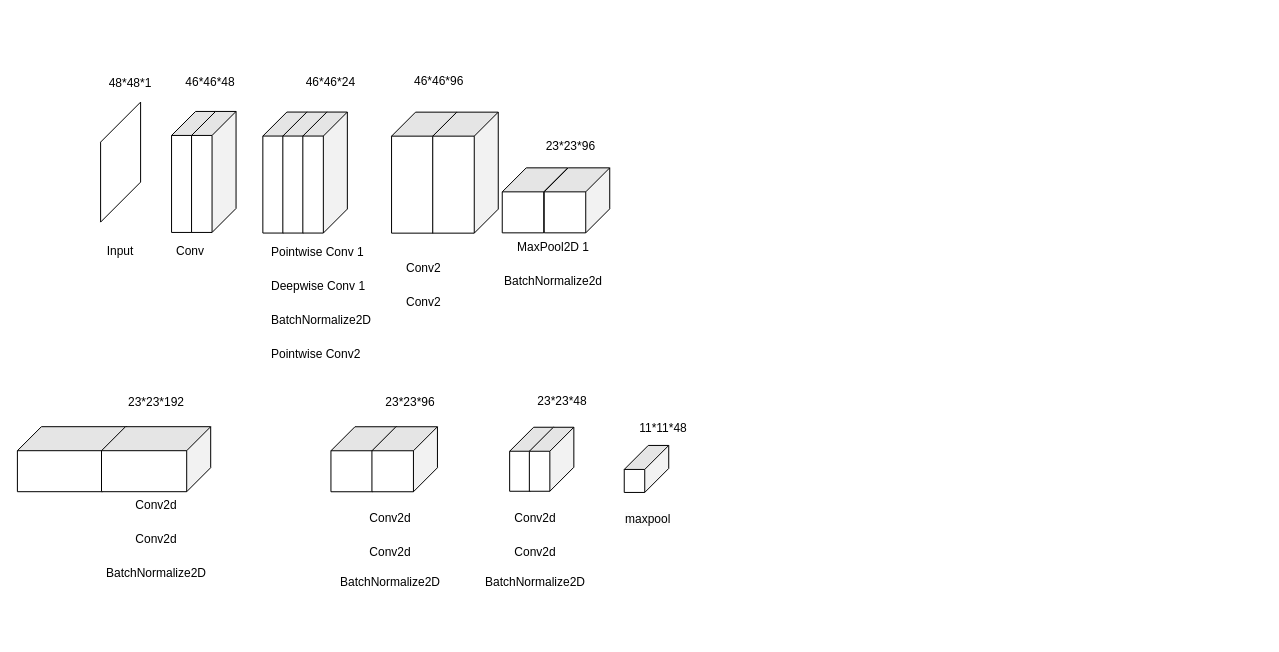
This is facts tha3o.drawio from BienGudBoy/draws, a draw.io file, before an edit. Source tidied: cells renumbered, new cells numbered last; positions are measured from the earlier drawing's top-left corner, leaving out a move shared by most shapes. Both pictures are drawn from the tidied source at 100%, with x=0, y=0 at pixel (39, 17).
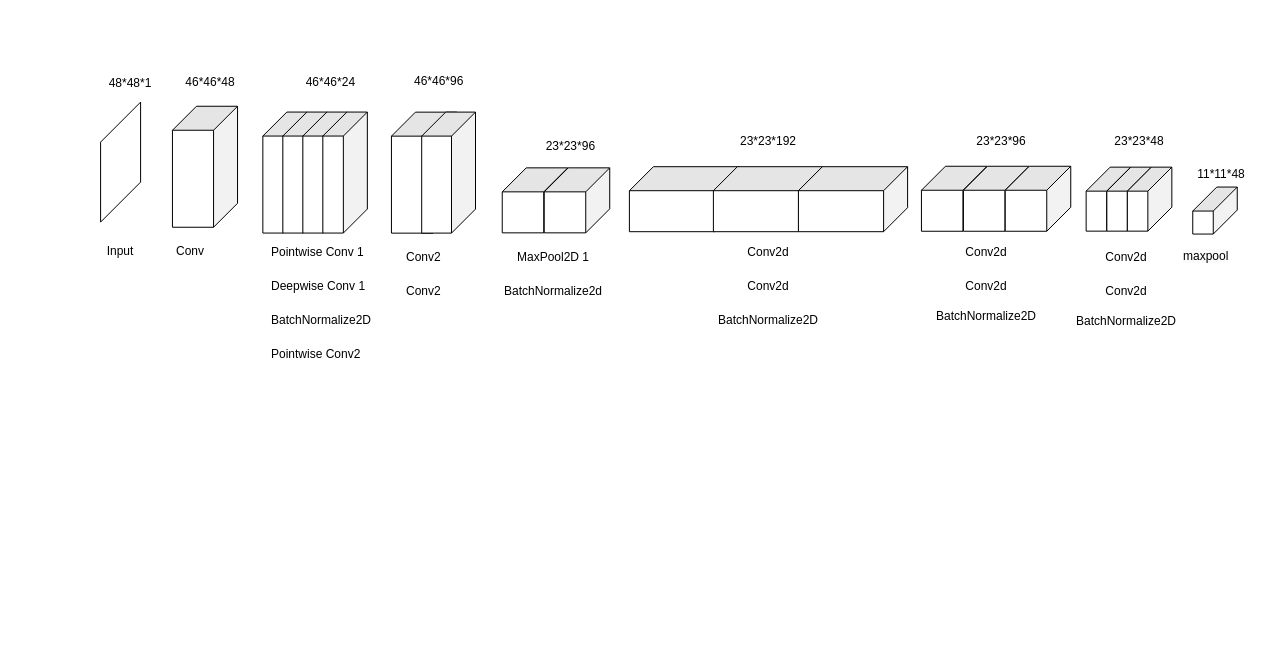
Above is the later version.

Commit message:
Cập nhật facts tha3o.drawio

Unchanged cells that the change refers to:
```xml
<mxCell id="30" style="group;" parent="26" vertex="1">
  <mxGeometry x="40" width="64.5" height="121" as="geometry" />
</mxCell>
```

The edit, as a diff of the source:
```diff
@@
-    <mxCell id="13" value="&lt;p class=&quot;cvGsUA direction-ltr align-center para-style-body&quot; style=&quot;color: rgb(0, 0, 0); font-family: &amp;quot;YAFdJllHsUM 0&amp;quot;, _fb_, auto; --fontSize: 16px; --lineHeight: 1.4; text-transform: none; line-height: 22px;&quot;&gt;&lt;br&gt;&lt;/p&gt;&lt;p class=&quot;cvGsUA direction-ltr align-center para-style-body&quot; style=&quot;color: rgb(0, 0, 0); font-family: &amp;quot;YAFdJllHsUM 0&amp;quot;, _fb_, auto; --fontSize: 16px; --lineHeight: 1.4; text-transform: none; line-height: 22px;&quot;&gt;&lt;span class=&quot;OYPEnA text-decoration-none text-strikethrough-none&quot; style=&quot;color: rgb(0, 0, 0); font-weight: 400; font-style: normal;&quot;&gt;23*23*192&lt;/span&gt;&lt;/p&gt;" style="text;whiteSpace=wrap;html=1;align=center;" parent="1" vertex="1">
-      <mxGeometry x="72" y="321" width="90" height="100" as="geometry" />
+    <mxCell id="13" value="&lt;p class=&quot;cvGsUA direction-ltr align-center para-style-body&quot; style=&quot;color: rgb(0, 0, 0); font-family: &amp;quot;YAFdJllHsUM 0&amp;quot;, _fb_, auto; --fontSize: 16px; --lineHeight: 1.4; text-transform: none; line-height: 22px;&quot;&gt;&lt;span style=&quot;background-color: initial;&quot;&gt;23*23*192&lt;/span&gt;&lt;br&gt;&lt;/p&gt;" style="text;whiteSpace=wrap;html=1;align=center;" parent="1" vertex="1">
+      <mxGeometry x="684" y="94" width="90" height="57" as="geometry" />
     </mxCell>
-    <mxCell id="14" value="&lt;p class=&quot;cvGsUA direction-ltr align-center para-style-body&quot; style=&quot;color: rgb(0, 0, 0); font-family: &amp;quot;YAFdJllHsUM 0&amp;quot;, _fb_, auto; --fontSize: 16px; --lineHeight: 1.4; text-transform: none; line-height: 22px;&quot;&gt;&lt;br&gt;&lt;/p&gt;&lt;p class=&quot;cvGsUA direction-ltr align-center para-style-body&quot; style=&quot;color: rgb(0, 0, 0); font-family: &amp;quot;YAFdJllHsUM 0&amp;quot;, _fb_, auto; --fontSize: 16px; --lineHeight: 1.4; text-transform: none; line-height: 22px;&quot;&gt;&lt;span class=&quot;OYPEnA text-decoration-none text-strikethrough-none&quot; style=&quot;color: rgb(0, 0, 0); font-weight: 400; font-style: normal;&quot;&gt;23*23*96&lt;/span&gt;&lt;/p&gt;" style="text;whiteSpace=wrap;html=1;align=center;" parent="1" vertex="1">
-      <mxGeometry x="331" y="321" width="80" height="100" as="geometry" />
+    <mxCell id="14" value="&lt;p class=&quot;cvGsUA direction-ltr align-center para-style-body&quot; style=&quot;color: rgb(0, 0, 0); font-family: &amp;quot;YAFdJllHsUM 0&amp;quot;, _fb_, auto; --fontSize: 16px; --lineHeight: 1.4; text-transform: none; line-height: 22px;&quot;&gt;&lt;span style=&quot;background-color: initial;&quot;&gt;23*23*96&lt;/span&gt;&lt;br&gt;&lt;/p&gt;" style="text;whiteSpace=wrap;html=1;align=center;" parent="1" vertex="1">
+      <mxGeometry x="922" y="94" width="80" height="60" as="geometry" />
     </mxCell>
     <mxCell id="15" value="&lt;p class=&quot;cvGsUA direction-ltr align-center para-style-body&quot; style=&quot;color: rgb(0, 0, 0); font-family: &amp;quot;YAFdJllHsUM 0&amp;quot;, _fb_, auto; --fontSize: 16px; --lineHeight: 1.4; text-transform: none; line-height: 22px;&quot;&gt;&lt;span style=&quot;background-color: initial;&quot;&gt;23*23*48&lt;/span&gt;&lt;br&gt;&lt;/p&gt;" style="text;whiteSpace=wrap;html=1;align=center;" parent="1" vertex="1">
-      <mxGeometry x="483" y="354" width="80" height="40" as="geometry" />
+      <mxGeometry x="1059.5" y="94" width="80" height="40" as="geometry" />
     </mxCell>
     <mxCell id="16" value="&lt;p class=&quot;cvGsUA direction-ltr align-center para-style-body&quot; style=&quot;color: rgb(0, 0, 0); font-family: &amp;quot;YAFdJllHsUM 0&amp;quot;, _fb_, auto; --fontSize: 16px; --lineHeight: 1.4; text-transform: none; line-height: 22px;&quot;&gt;&lt;span style=&quot;background-color: initial;&quot;&gt;11*11*48&lt;/span&gt;&lt;br&gt;&lt;/p&gt;" style="text;whiteSpace=wrap;html=1;align=center;" parent="1" vertex="1">
-      <mxGeometry x="583.5" y="381" width="80" height="40" as="geometry" />
+      <mxGeometry x="1142" y="127.1" width="80" height="20.6" as="geometry" />
     </mxCell>
-    <mxCell id="17" value="&lt;p class=&quot;cvGsUA direction-ltr align-center para-style-body&quot; style=&quot;color: rgb(0, 0, 0); font-family: &amp;quot;YAFdJllHsUM 0&amp;quot;, _fb_, auto; --fontSize: 16px; --lineHeight: 1.4; text-transform: none; line-height: 22px; --darkreader-inline-color: #e8e6e3;&quot;&gt;&lt;span class=&quot;OYPEnA text-decoration-none text-strikethrough-none&quot; style=&quot;color: rgb(0, 0, 0); font-weight: 400; font-style: normal; --darkreader-inline-color: #e8e6e3;&quot;&gt;Pointwise Conv 1&lt;/span&gt;&lt;span class=&quot;OYPEnA text-decoration-none text-strikethrough-none white-space-prewrap&quot; style=&quot;color: rgb(0, 0, 0); font-weight: 400; font-style: normal; --darkreader-inline-color: #e8e6e3;&quot;&gt; &lt;/span&gt;&lt;/p&gt;&lt;p class=&quot;cvGsUA direction-ltr align-center para-style-body&quot; style=&quot;color: rgb(0, 0, 0); font-family: &amp;quot;YAFdJllHsUM 0&amp;quot;, _fb_, auto; --fontSize: 16px; --lineHeight: 1.4; text-transform: none; line-height: 22px; --darkreader-inline-color: #e8e6e3;&quot;&gt;&lt;span style=&quot;background-color: initial; --darkreader-inline-bgcolor: initial;&quot;&gt;Deepwise Conv 1&lt;/span&gt;&lt;/p&gt;&lt;p style=&quot;font-family: &amp;quot;YAFdJllHsUM 0&amp;quot;, _fb_, auto; --fontSize: 16px; --lineHeight: 1.4; line-height: 22px;&quot; class=&quot;cvGsUA direction-ltr align-center para-style-body&quot;&gt;&lt;span class=&quot;OYPEnA text-decoration-none text-strikethrough-none white-space-prewrap&quot;&gt;&lt;/span&gt;&lt;/p&gt;&lt;p style=&quot;font-family: &amp;quot;YAFdJllHsUM 0&amp;quot;, _fb_, auto; --fontSize: 16px; --lineHeight: 1.4; line-height: 22px;&quot; class=&quot;cvGsUA direction-ltr align-center para-style-body&quot;&gt;&lt;span class=&quot;OYPEnA text-decoration-none text-strikethrough-none&quot;&gt;BatchNormalize2D&lt;/span&gt;&lt;/p&gt;&lt;p style=&quot;font-family: &amp;quot;YAFdJllHsUM 0&amp;quot;, _fb_, auto; --fontSize: 16px; --lineHeight: 1.4; line-height: 22px;&quot; class=&quot;cvGsUA direction-ltr align-center para-style-body&quot;&gt;&lt;span style=&quot;text-align: center; background-color: initial; --darkreader-inline-bgcolor: initial;&quot;&gt;Pointwise Conv2&lt;/span&gt;&lt;/p&gt;" style="text;whiteSpace=wrap;html=1;" parent="1" vertex="1">
+    <mxCell id="17" value="&lt;p class=&quot;cvGsUA direction-ltr align-center para-style-body&quot; style=&quot;color: rgb(0, 0, 0); font-family: &amp;quot;YAFdJllHsUM 0&amp;quot;, _fb_, auto; --fontSize: 16px; --lineHeight: 1.4; text-transform: none; line-height: 22px;&quot;&gt;&lt;span class=&quot;OYPEnA text-decoration-none text-strikethrough-none&quot; style=&quot;color: rgb(0, 0, 0); font-weight: 400; font-style: normal;&quot;&gt;Pointwise Conv 1&lt;/span&gt;&lt;span class=&quot;OYPEnA text-decoration-none text-strikethrough-none white-space-prewrap&quot; style=&quot;color: rgb(0, 0, 0); font-weight: 400; font-style: normal;&quot;&gt; &lt;/span&gt;&lt;/p&gt;&lt;p class=&quot;cvGsUA direction-ltr align-center para-style-body&quot; style=&quot;color: rgb(0, 0, 0); font-family: &amp;quot;YAFdJllHsUM 0&amp;quot;, _fb_, auto; --fontSize: 16px; --lineHeight: 1.4; text-transform: none; line-height: 22px;&quot;&gt;&lt;span style=&quot;background-color: initial;&quot;&gt;Deepwise Conv 1&lt;/span&gt;&lt;/p&gt;&lt;p style=&quot;font-family: &amp;quot;YAFdJllHsUM 0&amp;quot;, _fb_, auto; --fontSize: 16px; --lineHeight: 1.4; line-height: 22px;&quot; class=&quot;cvGsUA direction-ltr align-center para-style-body&quot;&gt;&lt;span class=&quot;OYPEnA text-decoration-none text-strikethrough-none white-space-prewrap&quot;&gt;&lt;/span&gt;&lt;/p&gt;&lt;p style=&quot;font-family: &amp;quot;YAFdJllHsUM 0&amp;quot;, _fb_, auto; --fontSize: 16px; --lineHeight: 1.4; line-height: 22px;&quot; class=&quot;cvGsUA direction-ltr align-center para-style-body&quot;&gt;&lt;span class=&quot;OYPEnA text-decoration-none text-strikethrough-none&quot;&gt;BatchNormalize2D&lt;/span&gt;&lt;/p&gt;&lt;p style=&quot;font-family: &amp;quot;YAFdJllHsUM 0&amp;quot;, _fb_, auto; --fontSize: 16px; --lineHeight: 1.4; line-height: 22px;&quot; class=&quot;cvGsUA direction-ltr align-center para-style-body&quot;&gt;&lt;span style=&quot;text-align: center; background-color: initial;&quot;&gt;Pointwise Conv2&lt;/span&gt;&lt;/p&gt;" style="text;whiteSpace=wrap;html=1;" parent="1" vertex="1">
       <mxGeometry x="230.1" y="204.6" width="91" height="149.4" as="geometry" />
     </mxCell>
@@
     <mxCell id="20" value="&lt;p class=&quot;cvGsUA direction-ltr align-center para-style-body&quot; style=&quot;text-align: center; color: rgb(0, 0, 0); font-family: &amp;quot;YAFdJllHsUM 0&amp;quot;, _fb_, auto; --fontSize: 16px; --lineHeight: 1.4; text-transform: none; line-height: 22px;&quot;&gt;Conv2&lt;/p&gt;&lt;p class=&quot;cvGsUA direction-ltr align-center para-style-body&quot; style=&quot;text-align: center; color: rgb(0, 0, 0); font-family: &amp;quot;YAFdJllHsUM 0&amp;quot;, _fb_, auto; --fontSize: 16px; --lineHeight: 1.4; text-transform: none; line-height: 22px;&quot;&gt;Conv2&lt;/p&gt;" style="text;whiteSpace=wrap;html=1;" parent="1" vertex="1">
-      <mxGeometry x="365.3" y="221" width="46" height="100" as="geometry" />
+      <mxGeometry x="365.1" y="209.6" width="46" height="100" as="geometry" />
     </mxCell>
     <mxCell id="21" value="&lt;p class=&quot;cvGsUA direction-ltr align-center para-style-body&quot; style=&quot;text-align: center; color: rgb(0, 0, 0); font-family: &amp;quot;YAFdJllHsUM 0&amp;quot;, _fb_, auto; --fontSize: 16px; --lineHeight: 1.4; text-transform: none; line-height: 22px;&quot;&gt;&lt;span class=&quot;OYPEnA white-space-prewrap text-decoration-none text-strikethrough-none&quot; style=&quot;color: rgb(0, 0, 0); font-weight: 400; font-style: normal;&quot;&gt; &lt;/span&gt;&lt;span class=&quot;OYPEnA text-decoration-none text-strikethrough-none&quot; style=&quot;color: rgb(0, 0, 0); font-weight: 400; font-style: normal;&quot;&gt;MaxPool2D 1&lt;/span&gt;&lt;span class=&quot;OYPEnA text-decoration-none text-strikethrough-none white-space-prewrap&quot; style=&quot;color: rgb(0, 0, 0); font-weight: 400; font-style: normal;&quot;&gt; &lt;/span&gt;&lt;/p&gt;&lt;p class=&quot;cvGsUA direction-ltr align-center para-style-body&quot; style=&quot;text-align: center; color: rgb(0, 0, 0); font-family: &amp;quot;YAFdJllHsUM 0&amp;quot;, _fb_, auto; --fontSize: 16px; --lineHeight: 1.4; text-transform: none; line-height: 22px;&quot;&gt;&lt;span style=&quot;text-align: left;&quot;&gt;BatchNormalize2d&lt;/span&gt;&lt;br&gt;&lt;/p&gt;" style="text;whiteSpace=wrap;html=1;" parent="1" vertex="1">
-      <mxGeometry x="463" y="199.6" width="100" height="100" as="geometry" />
+      <mxGeometry x="462.8" y="210.2" width="100" height="100" as="geometry" />
     </mxCell>
     <mxCell id="22" value="&lt;p class=&quot;cvGsUA direction-ltr align-center para-style-body&quot; style=&quot;color: rgb(0, 0, 0); font-family: &amp;quot;YAFdJllHsUM 0&amp;quot;, _fb_, auto; --fontSize: 16px; --lineHeight: 1.4; text-transform: none; line-height: 22px;&quot;&gt;&lt;span class=&quot;OYPEnA text-decoration-none text-strikethrough-none&quot; style=&quot;color: rgb(0, 0, 0); font-weight: 400; font-style: normal;&quot;&gt;Conv2d&lt;/span&gt;&lt;/p&gt;&lt;p style=&quot;font-family: &amp;quot;YAFdJllHsUM 0&amp;quot;, _fb_, auto; --fontSize: 16px; --lineHeight: 1.4; line-height: 22px;&quot; class=&quot;cvGsUA direction-ltr align-center para-style-body&quot;&gt;&lt;span class=&quot;OYPEnA text-decoration-none text-strikethrough-none&quot;&gt;Conv2d&lt;/span&gt;&lt;/p&gt;&lt;div&gt;&lt;span class=&quot;OYPEnA text-decoration-none text-strikethrough-none&quot;&gt;&lt;p style=&quot;font-family: &amp;quot;YAFdJllHsUM 0&amp;quot;, _fb_, auto; --fontSize: 16px; --lineHeight: 1.4; line-height: 22px;&quot; class=&quot;cvGsUA direction-ltr align-center para-style-body&quot;&gt;&lt;span class=&quot;OYPEnA text-decoration-none text-strikethrough-none&quot;&gt;BatchNormalize2D&lt;/span&gt;&lt;span class=&quot;OYPEnA text-decoration-none text-strikethrough-none white-space-prewrap&quot;&gt;&lt;/span&gt;&lt;/p&gt;&lt;div&gt;&lt;span class=&quot;OYPEnA text-decoration-none text-strikethrough-none&quot;&gt;&lt;br&gt;&lt;/span&gt;&lt;/div&gt;&lt;/span&gt;&lt;/div&gt;" style="text;whiteSpace=wrap;html=1;align=center;" parent="1" vertex="1">
-      <mxGeometry x="72" y="457.5" width="90" height="100" as="geometry" />
+      <mxGeometry x="684" y="204.6" width="90" height="100" as="geometry" />
     </mxCell>
     <mxCell id="23" value="&lt;p class=&quot;cvGsUA direction-ltr align-center para-style-body&quot; style=&quot;color: rgb(0, 0, 0); font-family: &amp;quot;YAFdJllHsUM 0&amp;quot;, _fb_, auto; --fontSize: 16px; --lineHeight: 1.4; text-transform: none; line-height: 22px;&quot;&gt;&lt;span style=&quot;background-color: initial;&quot;&gt;Conv2d&lt;/span&gt;&lt;br&gt;&lt;/p&gt;&lt;p style=&quot;font-family: &amp;quot;YAFdJllHsUM 0&amp;quot;, _fb_, auto; --fontSize: 16px; --lineHeight: 1.4; line-height: 22px;&quot; class=&quot;cvGsUA direction-ltr align-center para-style-body&quot;&gt;&lt;span class=&quot;OYPEnA text-decoration-none text-strikethrough-none&quot;&gt;Conv2d&lt;/span&gt;&lt;/p&gt;&lt;div style=&quot;text-align: left;&quot;&gt;&lt;span class=&quot;OYPEnA text-decoration-none text-strikethrough-none&quot;&gt;&lt;span style=&quot;font-family: &amp;quot;YAFdJllHsUM 0&amp;quot;, _fb_, auto; text-align: center;&quot;&gt;BatchNormalize2D&lt;/span&gt;&lt;/span&gt;&lt;/div&gt;" style="text;whiteSpace=wrap;html=1;align=center;" parent="1" vertex="1">
-      <mxGeometry x="296.1" y="471.1" width="110" height="139.5" as="geometry" />
+      <mxGeometry x="892" y="204.6" width="110" height="139.5" as="geometry" />
     </mxCell>
     <mxCell id="24" value="&lt;p class=&quot;cvGsUA direction-ltr align-center para-style-body&quot; style=&quot;color: rgb(0, 0, 0); font-family: &amp;quot;YAFdJllHsUM 0&amp;quot;, _fb_, auto; --fontSize: 16px; --lineHeight: 1.4; text-transform: none; line-height: 22px;&quot;&gt;&lt;span class=&quot;OYPEnA text-decoration-none text-strikethrough-none&quot; style=&quot;color: rgb(0, 0, 0); font-weight: 400; font-style: normal;&quot;&gt;Conv2d&lt;/span&gt;&lt;/p&gt;&lt;p style=&quot;font-family: &amp;quot;YAFdJllHsUM 0&amp;quot;, _fb_, auto; --fontSize: 16px; --lineHeight: 1.4; line-height: 22px;&quot; class=&quot;cvGsUA direction-ltr align-center para-style-body&quot;&gt;&lt;span class=&quot;OYPEnA text-decoration-none text-strikethrough-none&quot;&gt;Conv2d&lt;/span&gt;&lt;/p&gt;&lt;div&gt;&lt;span class=&quot;OYPEnA text-decoration-none text-strikethrough-none&quot;&gt;&lt;span style=&quot;font-family: &amp;quot;YAFdJllHsUM 0&amp;quot;, _fb_, auto;&quot;&gt;BatchNormalize2D&lt;/span&gt;&lt;br&gt;&lt;/span&gt;&lt;/div&gt;" style="text;whiteSpace=wrap;html=1;align=center;" parent="1" vertex="1">
-      <mxGeometry x="455.5" y="471.1" width="80" height="146.5" as="geometry" />
+      <mxGeometry x="1046.6" y="210.2" width="80" height="146.5" as="geometry" />
     </mxCell>
     <mxCell id="25" value="&lt;span style=&quot;color: rgb(0, 0, 0); font-family: &amp;quot;YAFdJllHsUM 0&amp;quot;, _fb_, auto; font-size: 12px; font-style: normal; font-variant-ligatures: normal; font-variant-caps: normal; font-weight: 400; letter-spacing: normal; orphans: 2; text-align: center; text-indent: 0px; text-transform: none; widows: 2; word-spacing: 0px; -webkit-text-stroke-width: 0px; white-space: normal; background-color: rgb(251, 251, 251); text-decoration-thickness: initial; text-decoration-style: initial; text-decoration-color: initial; display: inline !important; float: none;&quot;&gt;maxpool&lt;/span&gt;" style="text;whiteSpace=wrap;html=1;" parent="1" vertex="1">
-      <mxGeometry x="583.5" y="487.5" width="80" height="40" as="geometry" />
+      <mxGeometry x="1142" y="224.6" width="80" height="40" as="geometry" />
     </mxCell>
+    <mxCell id="48" style="shape=cube;whiteSpace=wrap;html=1;boundedLbl=1;backgroundOutline=1;darkOpacity=0.05;darkOpacity2=0.1;size=24;rotation=90;" parent="1" vertex="1">
+      <mxGeometry x="105" y="116.7" width="121" height="65.1" as="geometry" />
+    </mxCell>
@@
+    <mxCell id="43" style="shape=cube;whiteSpace=wrap;html=1;boundedLbl=1;backgroundOutline=1;darkOpacity=0.05;darkOpacity2=0.1;size=24;rotation=90;" parent="30" vertex="1">
+      <mxGeometry x="-18.2" y="38.2" width="121" height="44.5" as="geometry" />
+    </mxCell>
     <mxCell id="32" style="shape=cube;whiteSpace=wrap;html=1;boundedLbl=1;backgroundOutline=1;darkOpacity=0.05;darkOpacity2=0.1;size=24;rotation=90;" parent="1" vertex="1">
-      <mxGeometry y="387.1" width="65" height="109.2" as="geometry" />
+      <mxGeometry x="612" y="127.1" width="65" height="109.2" as="geometry" />
     </mxCell>
     <mxCell id="33" style="shape=cube;whiteSpace=wrap;html=1;boundedLbl=1;backgroundOutline=1;darkOpacity=0.05;darkOpacity2=0.1;size=24;rotation=90;" parent="1" vertex="1">
-      <mxGeometry x="84.1" y="387.1" width="65" height="109.2" as="geometry" />
+      <mxGeometry x="696" y="127.1" width="65" height="109.2" as="geometry" />
     </mxCell>
-    <mxCell id="34" style="group;" parent="1" vertex="1">
-      <mxGeometry x="352" y="94.6" width="95.7" height="121" as="geometry" />
-    </mxCell>
-    <mxCell id="35" style="group;" parent="34" vertex="1">
-      <mxGeometry width="106.7" height="121" as="geometry" />
-    </mxCell>
+    <mxCell id="49" style="shape=cube;whiteSpace=wrap;html=1;boundedLbl=1;backgroundOutline=1;darkOpacity=0.05;darkOpacity2=0.1;size=24;rotation=90;" parent="1" vertex="1">
+      <mxGeometry x="781" y="127.1" width="65" height="109.2" as="geometry" />
+    </mxCell>
+    <mxCell id="50" style="group;" parent="1" vertex="1">
+      <mxGeometry x="882" y="148.7" width="149.2" height="65" as="geometry" />
+    </mxCell>
+    <mxCell id="44" style="shape=cube;whiteSpace=wrap;html=1;boundedLbl=1;backgroundOutline=1;darkOpacity=0.05;darkOpacity2=0.1;size=24;rotation=90;" parent="50" vertex="1">
+      <mxGeometry x="0.2" y="-0.2" width="65" height="65.5" as="geometry" />
+    </mxCell>
+    <mxCell id="45" style="shape=cube;whiteSpace=wrap;html=1;boundedLbl=1;backgroundOutline=1;darkOpacity=0.05;darkOpacity2=0.1;size=24;rotation=90;" parent="50" vertex="1">
+      <mxGeometry x="42.2" y="-0.2" width="65" height="65.5" as="geometry" />
+    </mxCell>
+    <mxCell id="51" style="shape=cube;whiteSpace=wrap;html=1;boundedLbl=1;backgroundOutline=1;darkOpacity=0.05;darkOpacity2=0.1;size=24;rotation=90;" parent="50" vertex="1">
+      <mxGeometry x="84" y="-0.2" width="65" height="65.5" as="geometry" />
+    </mxCell>
+    <mxCell id="52" style="group;" parent="1" vertex="1">
+      <mxGeometry x="1046.6" y="149.7" width="85.8" height="64" as="geometry" />
+    </mxCell>
+    <mxCell id="46" style="shape=cube;whiteSpace=wrap;html=1;boundedLbl=1;backgroundOutline=1;darkOpacity=0.05;darkOpacity2=0.1;size=24;rotation=90;" parent="52" vertex="1">
+      <mxGeometry x="-9.7" y="9.7" width="64" height="44.5" as="geometry" />
+    </mxCell>
+    <mxCell id="47" style="shape=cube;whiteSpace=wrap;html=1;boundedLbl=1;backgroundOutline=1;darkOpacity=0.05;darkOpacity2=0.1;size=24;rotation=90;" parent="52" vertex="1">
+      <mxGeometry x="11" y="9.7" width="64" height="44.5" as="geometry" />
+    </mxCell>
+    <mxCell id="53" style="shape=cube;whiteSpace=wrap;html=1;boundedLbl=1;backgroundOutline=1;darkOpacity=0.05;darkOpacity2=0.1;size=24;rotation=90;" parent="52" vertex="1">
+      <mxGeometry x="31.5" y="9.7" width="64" height="44.5" as="geometry" />
+    </mxCell>
+    <mxCell id="40" style="shape=cube;whiteSpace=wrap;html=1;boundedLbl=1;backgroundOutline=1;darkOpacity=0.05;darkOpacity2=0.1;size=24;rotation=90;" parent="1" vertex="1">
+      <mxGeometry x="1152" y="170.8" width="47" height="44.5" as="geometry" />
+    </mxCell>
+    <mxCell id="54" style="group;" parent="1" vertex="1">
+      <mxGeometry x="462.8" y="150.3" width="107.4" height="65" as="geometry" />
+    </mxCell>
+    <mxCell id="38" style="shape=cube;whiteSpace=wrap;html=1;boundedLbl=1;backgroundOutline=1;darkOpacity=0.05;darkOpacity2=0.1;size=24;rotation=90;" parent="54" vertex="1">
+      <mxGeometry x="0.2" y="-0.2" width="65" height="65.5" as="geometry" />
+    </mxCell>
+    <mxCell id="39" style="shape=cube;whiteSpace=wrap;html=1;boundedLbl=1;backgroundOutline=1;darkOpacity=0.05;darkOpacity2=0.1;size=24;rotation=90;" parent="54" vertex="1">
+      <mxGeometry x="42.2" y="-0.2" width="65" height="65.5" as="geometry" />
+    </mxCell>
+    <mxCell id="55" style="group;" parent="1" vertex="1">
+      <mxGeometry x="352" y="94.6" width="84" height="121" as="geometry" />
+    </mxCell>
-    <mxCell id="36" style="shape=cube;whiteSpace=wrap;html=1;boundedLbl=1;backgroundOutline=1;darkOpacity=0.05;darkOpacity2=0.1;size=24;rotation=90;" parent="35" vertex="1">
-      <mxGeometry x="-27.7" y="27.8" width="121" height="65.5" as="geometry" />
+    <mxCell id="36" style="shape=cube;whiteSpace=wrap;html=1;boundedLbl=1;backgroundOutline=1;darkOpacity=0.05;darkOpacity2=0.1;size=24;rotation=90;" parent="55" vertex="1">
+      <mxGeometry x="-27.8" y="27.8" width="121" height="65.5" as="geometry" />
     </mxCell>
-    <mxCell id="37" style="shape=cube;whiteSpace=wrap;html=1;boundedLbl=1;backgroundOutline=1;darkOpacity=0.05;darkOpacity2=0.1;size=24;rotation=90;" parent="35" vertex="1">
-      <mxGeometry x="13.5" y="27.8" width="121" height="65.5" as="geometry" />
+    <mxCell id="37" style="shape=cube;whiteSpace=wrap;html=1;boundedLbl=1;backgroundOutline=1;darkOpacity=0.05;darkOpacity2=0.1;size=24;rotation=90;" parent="55" vertex="1">
+      <mxGeometry x="-3.4" y="33.6" width="121" height="53.8" as="geometry" />
     </mxCell>
-    <mxCell id="38" style="shape=cube;whiteSpace=wrap;html=1;boundedLbl=1;backgroundOutline=1;darkOpacity=0.05;darkOpacity2=0.1;size=24;rotation=90;" parent="1" vertex="1">
-      <mxGeometry x="463" y="150.1" width="65" height="65.5" as="geometry" />
-    </mxCell>
-    <mxCell id="39" style="shape=cube;whiteSpace=wrap;html=1;boundedLbl=1;backgroundOutline=1;darkOpacity=0.05;darkOpacity2=0.1;size=24;rotation=90;" parent="1" vertex="1">
-      <mxGeometry x="505" y="150.1" width="65" height="65.5" as="geometry" />
-    </mxCell>
-    <mxCell id="40" style="shape=cube;whiteSpace=wrap;html=1;boundedLbl=1;backgroundOutline=1;darkOpacity=0.05;darkOpacity2=0.1;size=24;rotation=90;" parent="1" vertex="1">
-      <mxGeometry x="583.5" y="429.2" width="47" height="44.5" as="geometry" />
-    </mxCell>
-    <mxCell id="41" style="group;" parent="1" vertex="1">
-      <mxGeometry x="132" y="94" width="64.5" height="120.9" as="geometry" />
-    </mxCell>
-    <mxCell id="42" style="shape=cube;whiteSpace=wrap;html=1;boundedLbl=1;backgroundOutline=1;darkOpacity=0.05;darkOpacity2=0.1;size=24;rotation=90;" parent="41" vertex="1">
-      <mxGeometry x="-38.2" y="38.2" width="121" height="44.5" as="geometry" />
-    </mxCell>
-    <mxCell id="43" style="shape=cube;whiteSpace=wrap;html=1;boundedLbl=1;backgroundOutline=1;darkOpacity=0.05;darkOpacity2=0.1;size=24;rotation=90;" parent="41" vertex="1">
-      <mxGeometry x="-18.2" y="38.2" width="121" height="44.5" as="geometry" />
-    </mxCell>
-    <mxCell id="44" style="shape=cube;whiteSpace=wrap;html=1;boundedLbl=1;backgroundOutline=1;darkOpacity=0.05;darkOpacity2=0.1;size=24;rotation=90;" parent="1" vertex="1">
-      <mxGeometry x="291.7" y="409" width="65" height="65.5" as="geometry" />
-    </mxCell>
-    <mxCell id="45" style="shape=cube;whiteSpace=wrap;html=1;boundedLbl=1;backgroundOutline=1;darkOpacity=0.05;darkOpacity2=0.1;size=24;rotation=90;" parent="1" vertex="1">
-      <mxGeometry x="332.7" y="409" width="65" height="65.5" as="geometry" />
-    </mxCell>
-    <mxCell id="46" style="shape=cube;whiteSpace=wrap;html=1;boundedLbl=1;backgroundOutline=1;darkOpacity=0.05;darkOpacity2=0.1;size=24;rotation=90;" parent="1" vertex="1">
-      <mxGeometry x="460.4" y="419.5" width="64" height="44.5" as="geometry" />
-    </mxCell>
-    <mxCell id="47" style="shape=cube;whiteSpace=wrap;html=1;boundedLbl=1;backgroundOutline=1;darkOpacity=0.05;darkOpacity2=0.1;size=24;rotation=90;" parent="1" vertex="1">
-      <mxGeometry x="480.1" y="419.5" width="64" height="44.5" as="geometry" />
-    </mxCell>
```
